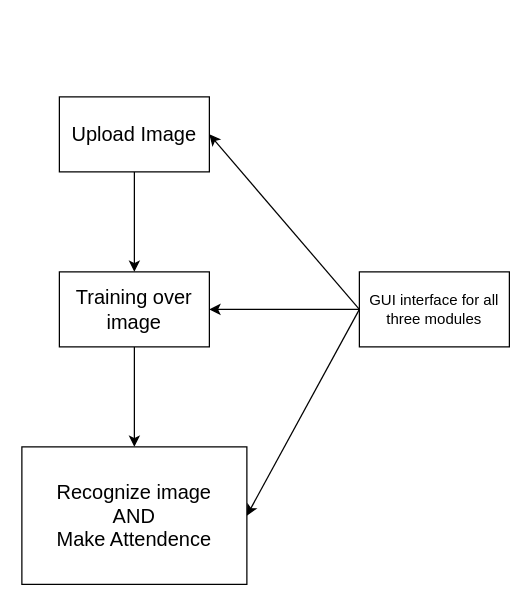
prashantsingh2408/Face-Recognition-Attendance-System keeps this draw.io diagram as Documentation/Flow Diagram/1.FRS Basic.drawio. Above is the earlier version. Source tidied: cells renumbered, new cells numbered last; positions are measured from the earlier drawing's top-left corner, leaving out a move shared by most shapes. Both pictures are drawn from the tidied source at 125%, with x=0, y=0 at pixel (21, 96).
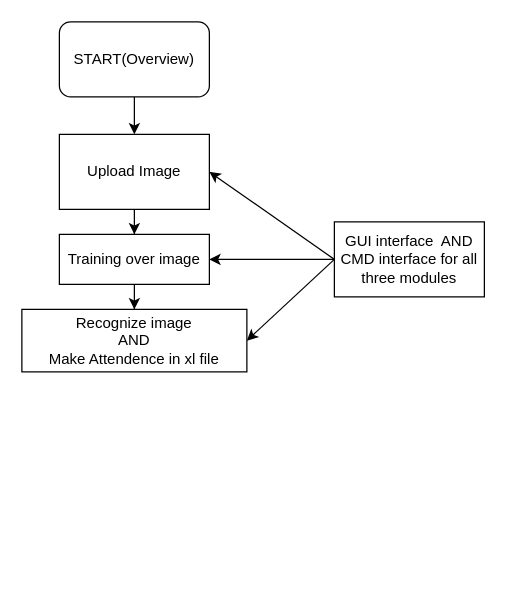
The same diagram, later.

Diff of the diagram source:
```diff
@@
 <mxGraphModel>
   <root>
     <mxCell id="0" />
     <mxCell id="1" parent="0" />
     <mxCell id="2" style="edgeStyle=orthogonalEdgeStyle;rounded=0;jettySize=auto;html=1;" parent="1" edge="1" source="3" target="5">
       <mxGeometry relative="1" as="geometry" />
     </mxCell>
-    <mxCell id="3" value="&lt;font size=&quot;3&quot;&gt;Upload Image&lt;/font&gt;" style="rounded=0;whiteSpace=wrap;html=1;" parent="1" vertex="1">
-      <mxGeometry x="30" width="120" height="60" as="geometry" />
+    <mxCell id="3" value="&lt;font style=&quot;font-size: 12px&quot;&gt;Upload Image&lt;/font&gt;" style="rounded=0;whiteSpace=wrap;html=1;" parent="1" vertex="1">
+      <mxGeometry x="30" y="30" width="120" height="60" as="geometry" />
     </mxCell>
     <mxCell id="4" style="edgeStyle=orthogonalEdgeStyle;rounded=0;jettySize=auto;html=1;" parent="1" edge="1" source="5" target="6">
       <mxGeometry relative="1" as="geometry" />
     </mxCell>
-    <mxCell id="5" value="&lt;font size=&quot;3&quot;&gt;Training over image&lt;/font&gt;" style="rounded=0;whiteSpace=wrap;html=1;" parent="1" vertex="1">
-      <mxGeometry x="30" y="140" width="120" height="60" as="geometry" />
+    <mxCell id="5" value="&lt;font style=&quot;font-size: 12px&quot;&gt;Training over image&lt;/font&gt;" style="rounded=0;whiteSpace=wrap;html=1;" parent="1" vertex="1">
+      <mxGeometry x="30" y="110" width="120" height="40" as="geometry" />
     </mxCell>
-    <mxCell id="6" value="&lt;font size=&quot;3&quot;&gt;Recognize image&lt;br&gt;AND&lt;br&gt;Make Attendence&lt;br&gt;&lt;/font&gt;" style="rounded=0;whiteSpace=wrap;html=1;" parent="1" vertex="1">
-      <mxGeometry y="280" width="180" height="110" as="geometry" />
+    <mxCell id="6" value="&lt;font&gt;&lt;font style=&quot;font-size: 12px&quot;&gt;Recognize image&lt;br&gt;AND&lt;br&gt;Make Attendence in xl file&lt;/font&gt;&lt;br&gt;&lt;/font&gt;" style="rounded=0;whiteSpace=wrap;html=1;" parent="1" vertex="1">
+      <mxGeometry y="170" width="180" height="50" as="geometry" />
     </mxCell>
-    <mxCell id="7" value="GUI interface for all three modules" style="rounded=0;whiteSpace=wrap;html=1;" parent="1" vertex="1">
-      <mxGeometry x="270" y="140" width="120" height="60" as="geometry" />
+    <mxCell id="7" value="GUI interface&amp;nbsp; AND CMD interface for all three modules" style="rounded=0;whiteSpace=wrap;html=1;" parent="1" vertex="1">
+      <mxGeometry x="250" y="100" width="120" height="60" as="geometry" />
     </mxCell>
     <mxCell id="8" style="endArrow=classic;html=1;exitX=0;exitY=0.5;exitDx=0;exitDy=0;entryX=1;entryY=0.5;entryDx=0;entryDy=0;" parent="1" edge="1" source="7" target="3">
       <mxGeometry relative="1" as="geometry" />
     </mxCell>
     <mxCell id="9" style="endArrow=classic;html=1;exitX=0;exitY=0.5;exitDx=0;exitDy=0;entryX=1;entryY=0.5;entryDx=0;entryDy=0;" parent="1" edge="1" source="7" target="5">
       <mxGeometry relative="1" as="geometry" />
     </mxCell>
-    <mxCell id="10" style="endArrow=classic;html=1;entryX=1;entryY=0.5;entryDx=0;entryDy=0;" parent="1" edge="1" target="6">
-      <mxGeometry relative="1" as="geometry">
-        <mxPoint x="270" y="170" as="sourcePoint" />
-      </mxGeometry>
+    <mxCell id="10" style="endArrow=classic;html=1;entryX=1;entryY=0.5;entryDx=0;entryDy=0;exitX=0;exitY=0.5;exitDx=0;exitDy=0;" parent="1" edge="1" source="7" target="6">
+      <mxGeometry relative="1" as="geometry" />
     </mxCell>
+    <mxCell id="11" style="edgeStyle=orthogonalEdgeStyle;rounded=0;jettySize=auto;html=1;entryX=0.5;entryY=0;entryDx=0;entryDy=0;" parent="1" edge="1" source="12" target="3">
+      <mxGeometry relative="1" as="geometry" />
+    </mxCell>
+    <mxCell id="12" value="START(Overview)" style="rounded=1;whiteSpace=wrap;html=1;" parent="1" vertex="1">
+      <mxGeometry x="30" y="-60" width="120" height="60" as="geometry" />
+    </mxCell>
   </root>
 </mxGraphModel>
```
